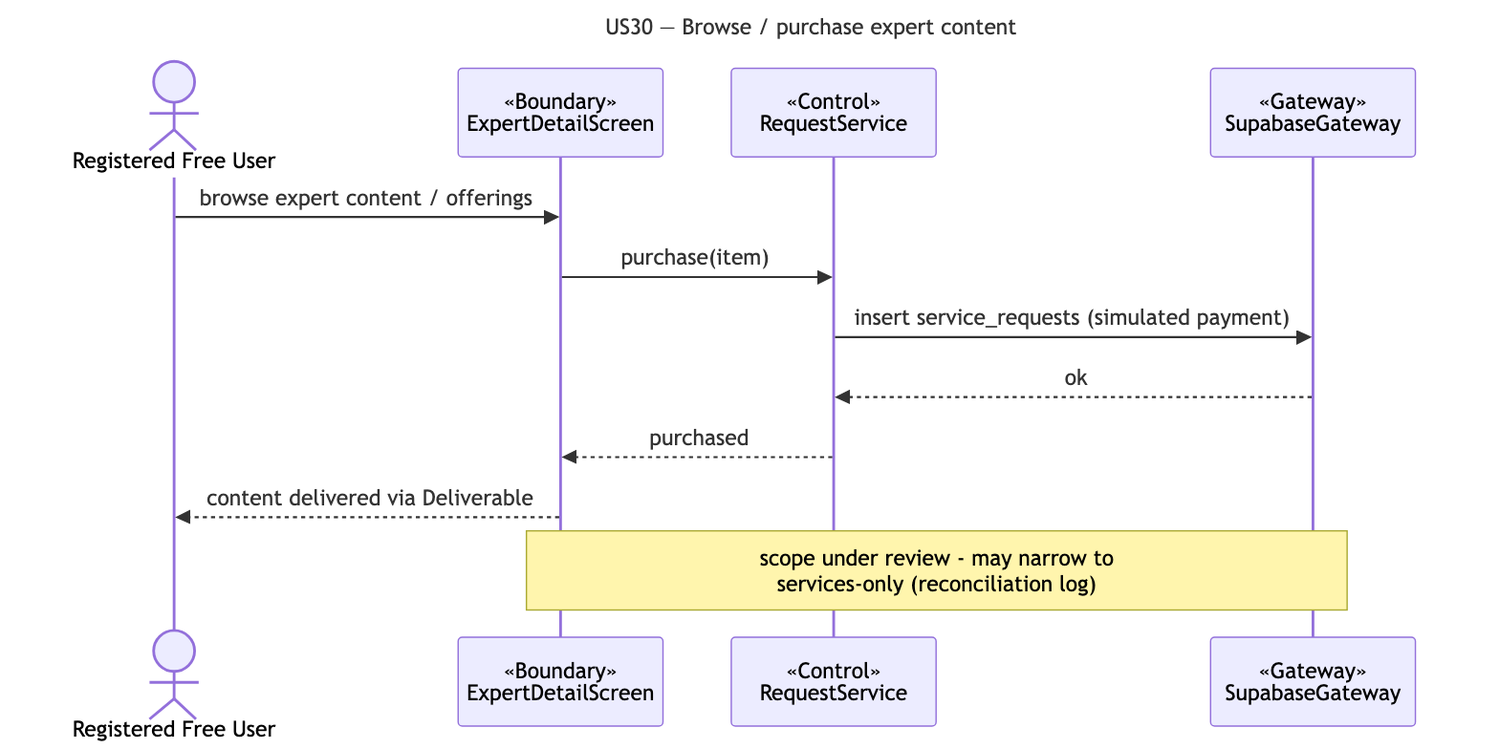
cyuanjun/FYP-26-S2-37-app keeps this Mermaid diagram as docs/deliverables/sequence-diagrams/US30-expert-content.png. Above is the earlier version. Its source is kept beside it as docs/deliverables/sequence-diagrams/src/US30-expert-content.mmd.
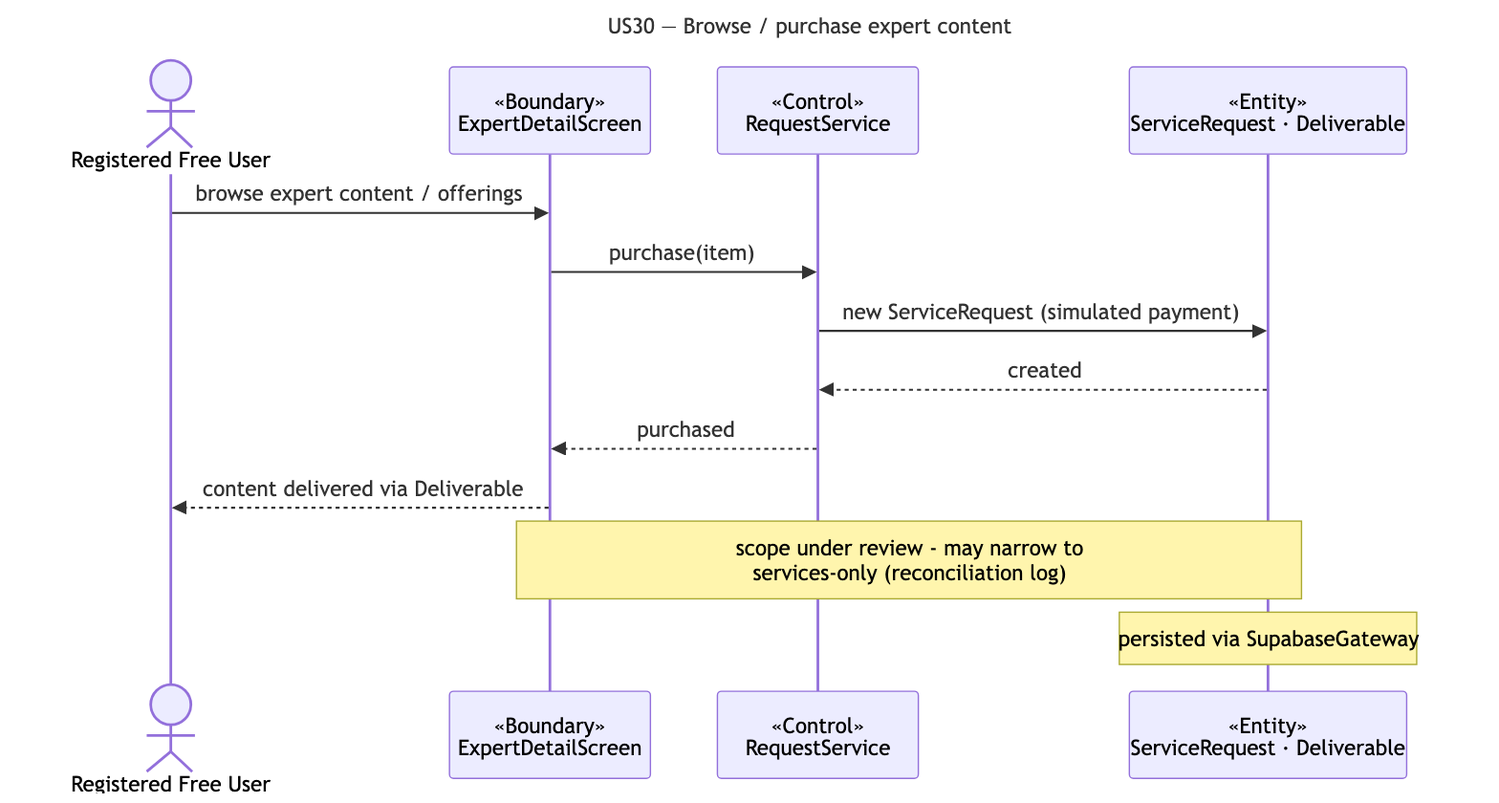
Above is the later version.

The edit, as a diff of the source:
```diff
@@ -5,11 +5,12 @@
   actor A as Registered Free User
   participant B as «Boundary»<br/>ExpertDetailScreen
   participant C as «Control»<br/>RequestService
-  participant G as «Gateway»<br/>SupabaseGateway
+  participant E as «Entity»<br/>ServiceRequest · Deliverable
   A->>B: browse expert content / offerings
   B->>C: purchase(item)
-  C->>G: insert service_requests (simulated payment)
-  G-->>C: ok
+  C->>E: new ServiceRequest (simulated payment)
+  E-->>C: created
   C-->>B: purchased
   B-->>A: content delivered via Deliverable
-  note over B,G: scope under review - may narrow to<br/>services-only (reconciliation log)
+  note over B,E: scope under review - may narrow to<br/>services-only (reconciliation log)
+  note over E: persisted via SupabaseGateway
```
